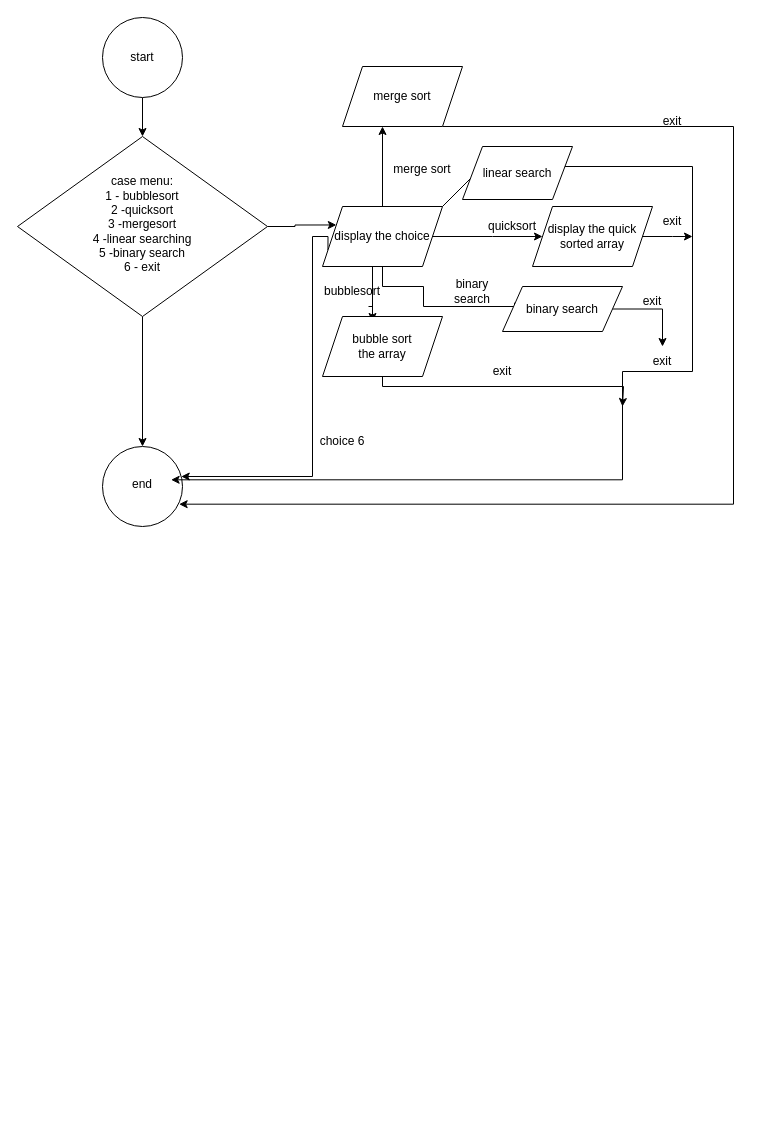
kmafuma/csharppart-2 keeps this draw.io diagram as page "Page-1" (1 of 4) of Untitled Diagram.drawio. Above is the earlier version. Source tidied: cells renumbered, new cells numbered last; positions are measured from the earlier drawing's top-left corner, leaving out a move shared by most shapes. Both pictures are drawn from the tidied source at 100%, with x=0, y=0 at pixel (17, 17).
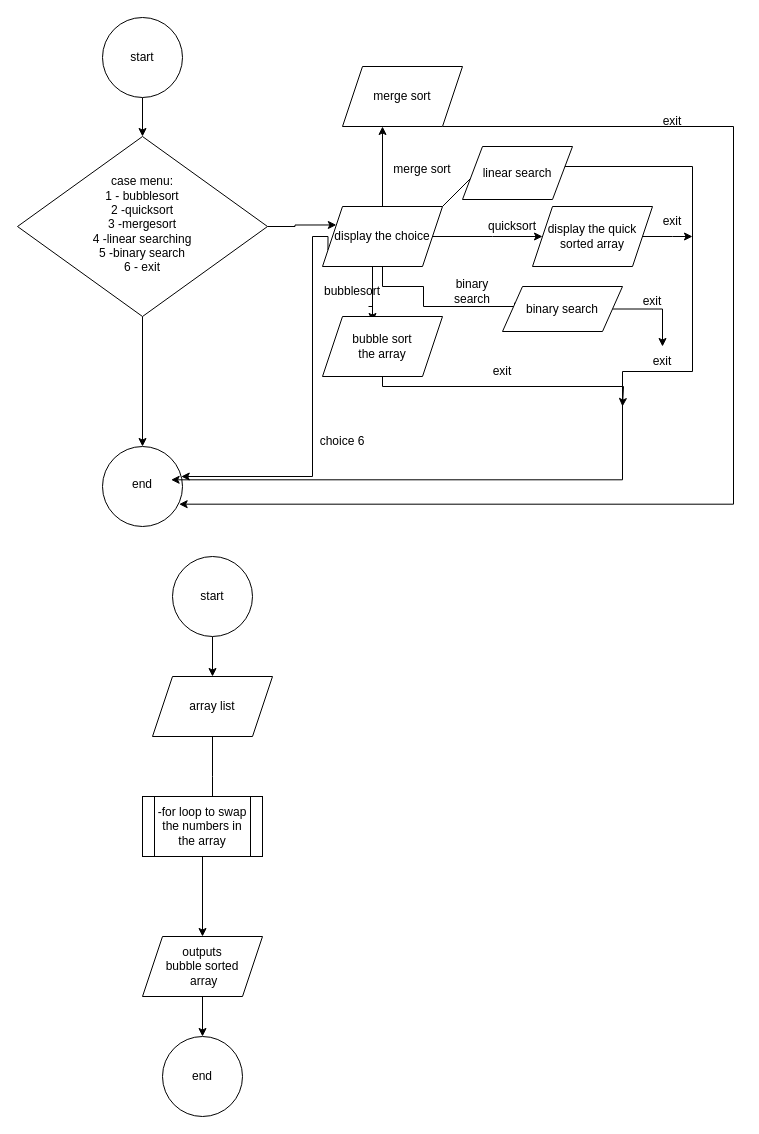
After the change.

What changed in the source:
```diff
@@
+    <mxCell id="35" style="edgeStyle=orthogonalEdgeStyle;rounded=0;jettySize=auto;html=1;" parent="1" edge="1" source="36" target="38">
+      <mxGeometry relative="1" as="geometry" />
+    </mxCell>
+    <mxCell id="36" value="start" style="ellipse;whiteSpace=wrap;html=1;" parent="1" vertex="1">
+      <mxGeometry x="155" y="539" width="80" height="80" as="geometry" />
+    </mxCell>
+    <mxCell id="37" style="edgeStyle=orthogonalEdgeStyle;rounded=0;jettySize=auto;html=1;" parent="1" edge="1" source="38">
+      <mxGeometry relative="1" as="geometry">
+        <mxPoint x="195" y="799" as="targetPoint" />
+      </mxGeometry>
+    </mxCell>
+    <mxCell id="38" value="array list" style="shape=parallelogram;perimeter=parallelogramPerimeter;whiteSpace=wrap;html=1;fixedSize=1;" parent="1" vertex="1">
+      <mxGeometry x="135" y="659" width="120" height="60" as="geometry" />
+    </mxCell>
+    <mxCell id="39" style="edgeStyle=orthogonalEdgeStyle;rounded=0;jettySize=auto;html=1;" parent="1" edge="1" source="40" target="43">
+      <mxGeometry relative="1" as="geometry" />
+    </mxCell>
+    <mxCell id="40" value="-for loop to swap the numbers in the array" style="shape=process;whiteSpace=wrap;html=1;backgroundOutline=1;" parent="1" vertex="1">
+      <mxGeometry x="125" y="779" width="120" height="60" as="geometry" />
+    </mxCell>
+    <mxCell id="41" value="end" style="ellipse;whiteSpace=wrap;html=1;" parent="1" vertex="1">
+      <mxGeometry x="145" y="1019" width="80" height="80" as="geometry" />
+    </mxCell>
+    <mxCell id="42" style="edgeStyle=orthogonalEdgeStyle;rounded=0;jettySize=auto;html=1;" parent="1" edge="1" source="43" target="41">
+      <mxGeometry relative="1" as="geometry" />
+    </mxCell>
+    <mxCell id="43" value="outputs&lt;br&gt;bubble sorted&lt;br&gt;&amp;nbsp;array" style="shape=parallelogram;perimeter=parallelogramPerimeter;whiteSpace=wrap;html=1;fixedSize=1;" parent="1" vertex="1">
+      <mxGeometry x="125" y="919" width="120" height="60" as="geometry" />
+    </mxCell>
```
